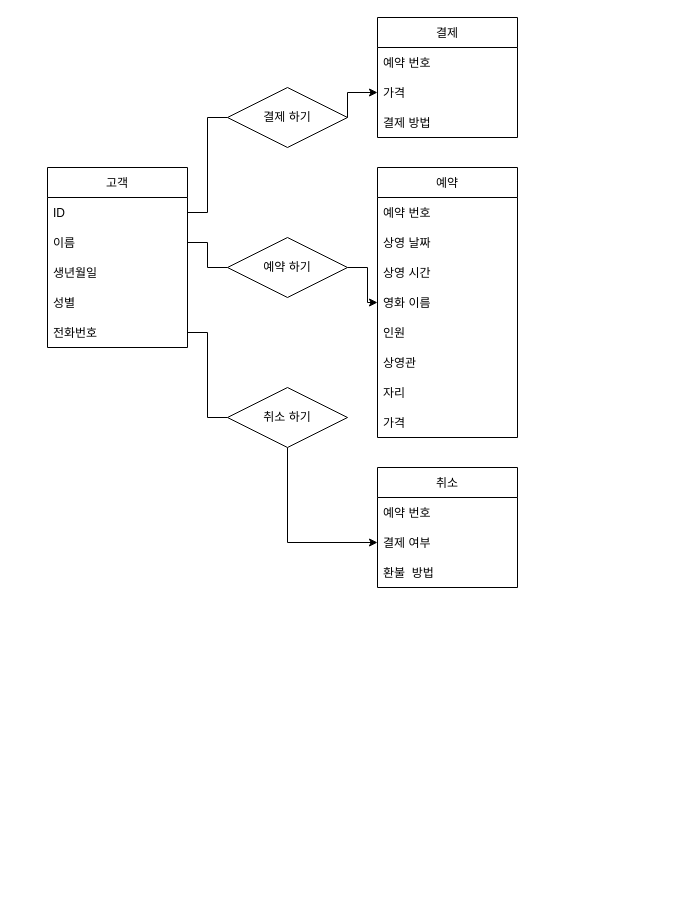
This is 예매 및 취소.drawio from chacha0707/db, a draw.io file, before an edit. Source tidied: cells renumbered, new cells numbered last; positions are measured from the earlier drawing's top-left corner, leaving out a move shared by most shapes. Both pictures are drawn from the tidied source at 100%, with x=0, y=0 at pixel (47, 17).
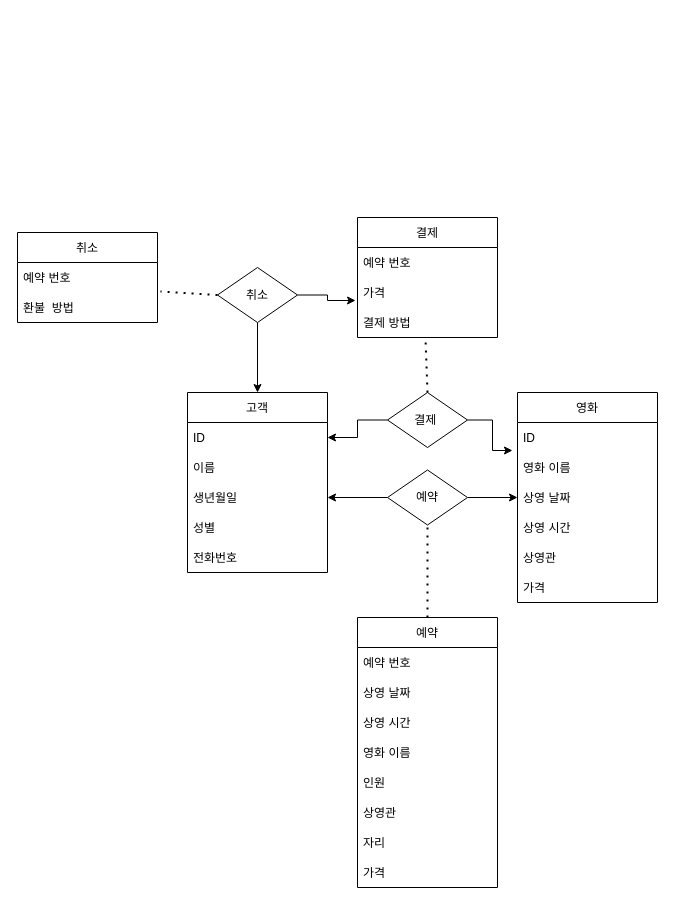
Above is the later version.

Commit message:
Update 예매 및 취소.drawio

Unchanged cells that the change refers to:
```xml
<mxCell id="14" value="영화 이름" style="text;strokeColor=none;fillColor=none;align=left;verticalAlign=middle;spacingLeft=4;spacingRight=4;overflow=hidden;points=[[0,0.5],[1,0.5]];portConstraint=eastwest;" parent="10" vertex="1">
  <mxGeometry y="120" width="140" height="30" as="geometry" />
</mxCell>
<mxCell id="20" value="ID" style="text;strokeColor=none;fillColor=none;align=left;verticalAlign=middle;spacingLeft=4;spacingRight=4;overflow=hidden;points=[[0,0.5],[1,0.5]];portConstraint=eastwest;" parent="19" vertex="1">
  <mxGeometry y="30" width="140" height="30" as="geometry" />
</mxCell>
<mxCell id="21" value="이름    " style="text;strokeColor=none;fillColor=none;align=left;verticalAlign=middle;spacingLeft=4;spacingRight=4;overflow=hidden;points=[[0,0.5],[1,0.5]];portConstraint=eastwest;" parent="19" vertex="1">
  <mxGeometry y="60" width="140" height="30" as="geometry" />
</mxCell>
<mxCell id="22" value="생년월일" style="text;strokeColor=none;fillColor=none;align=left;verticalAlign=middle;spacingLeft=4;spacingRight=4;overflow=hidden;points=[[0,0.5],[1,0.5]];portConstraint=eastwest;" parent="19" vertex="1">
  <mxGeometry y="90" width="140" height="30" as="geometry" />
</mxCell>
<mxCell id="24" value="전화번호" style="text;strokeColor=none;fillColor=none;align=left;verticalAlign=middle;spacingLeft=4;spacingRight=4;overflow=hidden;points=[[0,0.5],[1,0.5]];portConstraint=eastwest;" parent="19" vertex="1">
  <mxGeometry y="150" width="140" height="30" as="geometry" />
</mxCell>
```

Change to the diagram source:
```diff
@@
     <mxCell id="2" value="취소" style="swimlane;fontStyle=0;horizontal=1;startSize=30;" parent="1" vertex="1">
-      <mxGeometry x="330" y="450" width="140" height="120" as="geometry" />
+      <mxGeometry x="-30" y="215" width="140" height="90" as="geometry" />
     </mxCell>
@@
-    <mxCell id="4" value="결제 여부" style="text;strokeColor=none;fillColor=none;align=left;verticalAlign=middle;spacingLeft=4;spacingRight=4;overflow=hidden;points=[[0,0.5],[1,0.5]];portConstraint=eastwest;" parent="2" vertex="1">
-      <mxGeometry y="60" width="140" height="30" as="geometry" />
-    </mxCell>
     <mxCell id="5" value="환불  방법" style="text;strokeColor=none;fillColor=none;align=left;verticalAlign=middle;spacingLeft=4;spacingRight=4;overflow=hidden;points=[[0,0.5],[1,0.5]];portConstraint=eastwest;" parent="2" vertex="1">
-      <mxGeometry y="90" width="140" height="30" as="geometry" />
+      <mxGeometry y="60" width="140" height="30" as="geometry" />
     </mxCell>
-    <mxCell id="6" value="결제" style="swimlane;fontStyle=0;horizontal=1;startSize=30;" parent="1" vertex="1">
-      <mxGeometry x="330" width="140" height="120" as="geometry" />
-    </mxCell>
-    <mxCell id="7" value="예약 번호" style="text;strokeColor=none;fillColor=none;align=left;verticalAlign=middle;spacingLeft=4;spacingRight=4;overflow=hidden;" parent="6" vertex="1">
-      <mxGeometry y="30" width="140" height="30" as="geometry" />
-    </mxCell>
-    <mxCell id="8" value="가격" style="text;strokeColor=none;fillColor=none;align=left;verticalAlign=middle;spacingLeft=4;spacingRight=4;overflow=hidden;points=[[0,0.5],[1,0.5]];portConstraint=eastwest;" parent="6" vertex="1">
-      <mxGeometry y="60" width="140" height="30" as="geometry" />
-    </mxCell>
-    <mxCell id="9" value="결제 방법" style="text;strokeColor=none;fillColor=none;align=left;verticalAlign=middle;spacingLeft=4;spacingRight=4;overflow=hidden;points=[[0,0.5],[1,0.5]];portConstraint=eastwest;" parent="6" vertex="1">
-      <mxGeometry y="90" width="140" height="30" as="geometry" />
-    </mxCell>
     <mxCell id="10" value="예약" style="swimlane;fontStyle=0;horizontal=1;startSize=30;" parent="1" vertex="1">
-      <mxGeometry x="330" y="150" width="140" height="270" as="geometry" />
+      <mxGeometry x="310" y="600" width="140" height="270" as="geometry" />
     </mxCell>
@@
     <mxCell id="19" value="고객" style="swimlane;fontStyle=0;horizontal=1;startSize=30;" parent="1" vertex="1">
-      <mxGeometry y="150" width="140" height="180" as="geometry" />
+      <mxGeometry x="140" y="375" width="140" height="180" as="geometry" />
     </mxCell>
@@
-    <mxCell id="25" style="edgeStyle=orthogonalEdgeStyle;rounded=0;jettySize=auto;html=1;exitX=1;exitY=0.5;exitDx=0;exitDy=0;startArrow=none;" parent="1" edge="1" source="26" target="14">
-      <mxGeometry relative="1" as="geometry" />
-    </mxCell>
-    <mxCell id="26" value="예약 하기" style="shape=rhombus;perimeter=rhombusPerimeter;whiteSpace=wrap;html=1;align=center;" parent="1" vertex="1">
-      <mxGeometry x="180" y="220" width="120" height="60" as="geometry" />
-    </mxCell>
-    <mxCell id="27" style="edgeStyle=orthogonalEdgeStyle;rounded=0;jettySize=auto;html=1;exitX=1;exitY=0.5;exitDx=0;exitDy=0;endArrow=none;" parent="1" edge="1" source="21" target="26">
-      <mxGeometry relative="1" as="geometry" />
-    </mxCell>
-    <mxCell id="28" style="edgeStyle=orthogonalEdgeStyle;rounded=0;jettySize=auto;html=1;entryX=0;entryY=0.5;entryDx=0;entryDy=0;startArrow=none;" parent="1" edge="1" source="29" target="4">
-      <mxGeometry relative="1" as="geometry" />
-    </mxCell>
-    <mxCell id="29" value="취소 하기" style="shape=rhombus;perimeter=rhombusPerimeter;whiteSpace=wrap;html=1;align=center;" parent="1" vertex="1">
-      <mxGeometry x="180" y="370" width="120" height="60" as="geometry" />
-    </mxCell>
-    <mxCell id="30" style="edgeStyle=orthogonalEdgeStyle;rounded=0;jettySize=auto;html=1;entryX=0;entryY=0.5;entryDx=0;entryDy=0;endArrow=none;" parent="1" edge="1" source="24" target="29">
-      <mxGeometry relative="1" as="geometry" />
-    </mxCell>
-    <mxCell id="31" style="edgeStyle=orthogonalEdgeStyle;rounded=0;jettySize=auto;html=1;exitX=1;exitY=0.5;exitDx=0;exitDy=0;entryX=0;entryY=0.5;entryDx=0;entryDy=0;startArrow=none;" parent="1" edge="1" source="32" target="8">
-      <mxGeometry relative="1" as="geometry">
-        <Array as="points">
-          <mxPoint x="300" y="75" />
-        </Array>
-      </mxGeometry>
-    </mxCell>
-    <mxCell id="32" value="결제 하기" style="shape=rhombus;perimeter=rhombusPerimeter;whiteSpace=wrap;html=1;align=center;" parent="1" vertex="1">
-      <mxGeometry x="180" y="70" width="120" height="60" as="geometry" />
-    </mxCell>
-    <mxCell id="33" style="edgeStyle=orthogonalEdgeStyle;rounded=0;jettySize=auto;html=1;exitX=1;exitY=0.5;exitDx=0;exitDy=0;entryX=0;entryY=0.5;entryDx=0;entryDy=0;endArrow=none;" parent="1" edge="1" source="20" target="32">
-      <mxGeometry relative="1" as="geometry" />
-    </mxCell>
+    <mxCell id="34" value="영화" style="swimlane;fontStyle=0;horizontal=1;startSize=30;" parent="1" vertex="1">
+      <mxGeometry x="470" y="375" width="140" height="210" as="geometry" />
+    </mxCell>
+    <mxCell id="35" value="ID" style="text;strokeColor=none;fillColor=none;align=left;verticalAlign=middle;spacingLeft=4;spacingRight=4;overflow=hidden;points=[[0,0.5],[1,0.5]];portConstraint=eastwest;" parent="34" vertex="1">
+      <mxGeometry y="30" width="140" height="30" as="geometry" />
+    </mxCell>
+    <mxCell id="36" value="영화 이름" style="text;strokeColor=none;fillColor=none;align=left;verticalAlign=middle;spacingLeft=4;spacingRight=4;overflow=hidden;" parent="34" vertex="1">
+      <mxGeometry y="60" width="140" height="30" as="geometry" />
+    </mxCell>
+    <mxCell id="37" value="상영 날짜" style="text;strokeColor=none;fillColor=none;align=left;verticalAlign=middle;spacingLeft=4;spacingRight=4;overflow=hidden;points=[[0,0.5],[1,0.5]];portConstraint=eastwest;" parent="34" vertex="1">
+      <mxGeometry y="90" width="140" height="30" as="geometry" />
+    </mxCell>
+    <mxCell id="38" value="상영 시간" style="text;strokeColor=none;fillColor=none;align=left;verticalAlign=middle;spacingLeft=4;spacingRight=4;overflow=hidden;" parent="34" vertex="1">
+      <mxGeometry y="120" width="140" height="30" as="geometry" />
+    </mxCell>
+    <mxCell id="39" value="상영관" style="text;strokeColor=none;fillColor=none;align=left;verticalAlign=middle;spacingLeft=4;spacingRight=4;overflow=hidden;" parent="34" vertex="1">
+      <mxGeometry y="150" width="140" height="30" as="geometry" />
+    </mxCell>
+    <mxCell id="40" value="가격" style="text;strokeColor=none;fillColor=none;align=left;verticalAlign=middle;spacingLeft=4;spacingRight=4;overflow=hidden;" parent="34" vertex="1">
+      <mxGeometry y="180" width="140" height="30" as="geometry" />
+    </mxCell>
+    <mxCell id="41" style="edgeStyle=orthogonalEdgeStyle;rounded=0;jettySize=auto;html=1;" parent="1" edge="1" source="43" target="22">
+      <mxGeometry relative="1" as="geometry" />
+    </mxCell>
+    <mxCell id="42" style="edgeStyle=orthogonalEdgeStyle;rounded=0;jettySize=auto;html=1;entryX=0;entryY=0.5;entryDx=0;entryDy=0;" parent="1" edge="1" source="43" target="37">
+      <mxGeometry relative="1" as="geometry" />
+    </mxCell>
+    <mxCell id="43" value="예약" style="shape=rhombus;perimeter=rhombusPerimeter;whiteSpace=wrap;html=1;align=center;" parent="1" vertex="1">
+      <mxGeometry x="340" y="452.5" width="80" height="55" as="geometry" />
+    </mxCell>
+    <mxCell id="44" style="edgeStyle=orthogonalEdgeStyle;rounded=0;jettySize=auto;html=1;entryX=1;entryY=0.5;entryDx=0;entryDy=0;" parent="1" edge="1" source="46" target="20">
+      <mxGeometry relative="1" as="geometry" />
+    </mxCell>
+    <mxCell id="45" style="edgeStyle=orthogonalEdgeStyle;rounded=0;jettySize=auto;html=1;entryX=-0.036;entryY=0.933;entryDx=0;entryDy=0;entryPerimeter=0;" parent="1" edge="1" source="46" target="35">
+      <mxGeometry relative="1" as="geometry" />
+    </mxCell>
+    <mxCell id="46" value="결제&amp;nbsp;" style="shape=rhombus;perimeter=rhombusPerimeter;whiteSpace=wrap;html=1;align=center;" parent="1" vertex="1">
+      <mxGeometry x="340" y="375" width="80" height="55" as="geometry" />
+    </mxCell>
+    <mxCell id="6" value="결제" style="swimlane;fontStyle=0;horizontal=1;startSize=30;" parent="1" vertex="1">
+      <mxGeometry x="310" y="200" width="140" height="120" as="geometry" />
+    </mxCell>
+    <mxCell id="7" value="예약 번호" style="text;strokeColor=none;fillColor=none;align=left;verticalAlign=middle;spacingLeft=4;spacingRight=4;overflow=hidden;" parent="6" vertex="1">
+      <mxGeometry y="30" width="140" height="30" as="geometry" />
+    </mxCell>
+    <mxCell id="8" value="가격" style="text;strokeColor=none;fillColor=none;align=left;verticalAlign=middle;spacingLeft=4;spacingRight=4;overflow=hidden;points=[[0,0.5],[1,0.5]];portConstraint=eastwest;" parent="6" vertex="1">
+      <mxGeometry y="60" width="140" height="30" as="geometry" />
+    </mxCell>
+    <mxCell id="9" value="결제 방법" style="text;strokeColor=none;fillColor=none;align=left;verticalAlign=middle;spacingLeft=4;spacingRight=4;overflow=hidden;points=[[0,0.5],[1,0.5]];portConstraint=eastwest;" parent="6" vertex="1">
+      <mxGeometry y="90" width="140" height="30" as="geometry" />
+    </mxCell>
+    <mxCell id="47" style="endArrow=none;dashed=1;html=1;dashPattern=1 3;strokeWidth=2;rounded=0;entryX=0.5;entryY=1;entryDx=0;entryDy=0;exitX=0.5;exitY=0;exitDx=0;exitDy=0;" parent="1" edge="1" source="10" target="43">
+      <mxGeometry relative="1" as="geometry" />
+    </mxCell>
+    <mxCell id="48" style="endArrow=none;dashed=1;html=1;dashPattern=1 3;strokeWidth=2;rounded=0;entryX=0.486;entryY=1.067;entryDx=0;entryDy=0;entryPerimeter=0;exitX=0.5;exitY=0;exitDx=0;exitDy=0;" parent="1" edge="1" source="46" target="9">
+      <mxGeometry relative="1" as="geometry" />
+    </mxCell>
+    <mxCell id="49" style="edgeStyle=orthogonalEdgeStyle;rounded=0;jettySize=auto;html=1;entryX=-0.014;entryY=0.767;entryDx=0;entryDy=0;entryPerimeter=0;" parent="1" edge="1" source="51" target="8">
+      <mxGeometry relative="1" as="geometry" />
+    </mxCell>
+    <mxCell id="50" style="edgeStyle=orthogonalEdgeStyle;rounded=0;jettySize=auto;html=1;exitX=0.5;exitY=1;exitDx=0;exitDy=0;entryX=0.5;entryY=0;entryDx=0;entryDy=0;" parent="1" edge="1" source="51" target="19">
+      <mxGeometry relative="1" as="geometry" />
+    </mxCell>
+    <mxCell id="51" value="취소" style="shape=rhombus;perimeter=rhombusPerimeter;whiteSpace=wrap;html=1;align=center;" parent="1" vertex="1">
+      <mxGeometry x="170" y="250" width="80" height="55" as="geometry" />
+    </mxCell>
+    <mxCell id="52" style="endArrow=none;dashed=1;html=1;dashPattern=1 3;strokeWidth=2;rounded=0;entryX=1.021;entryY=-0.033;entryDx=0;entryDy=0;exitX=0;exitY=0.5;exitDx=0;exitDy=0;entryPerimeter=0;" parent="1" edge="1" source="51" target="5">
+      <mxGeometry relative="1" as="geometry" />
+    </mxCell>
```
